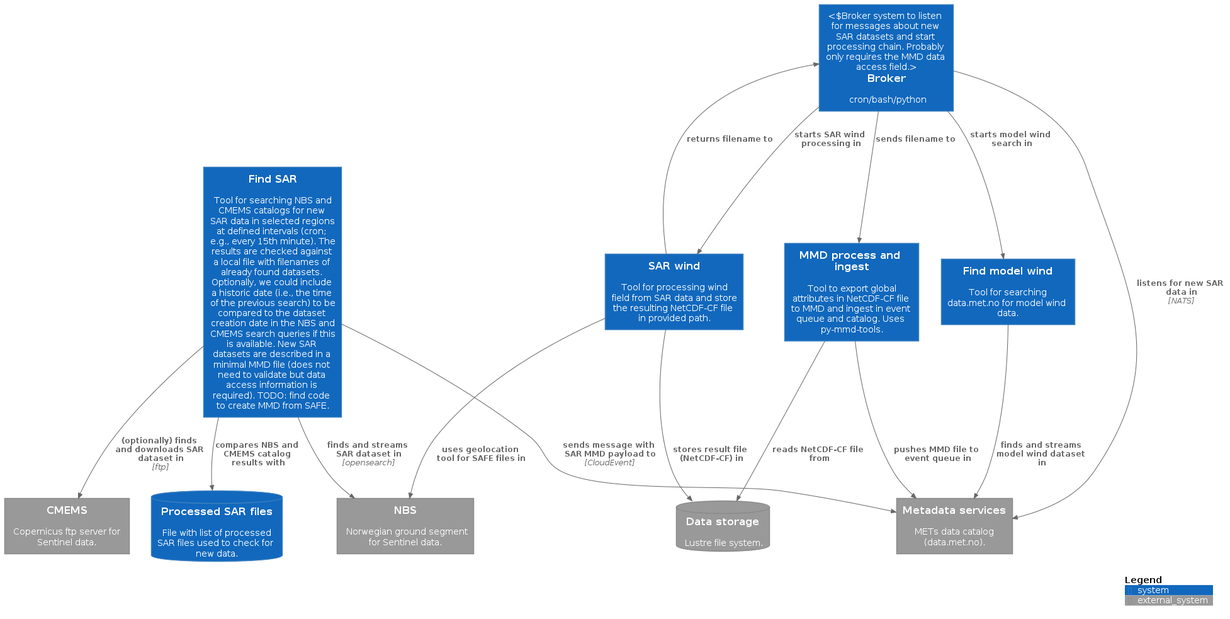
Before: puml/context-diagram.png, a diagram exported from PlantUML (metno/py-sar-wind).
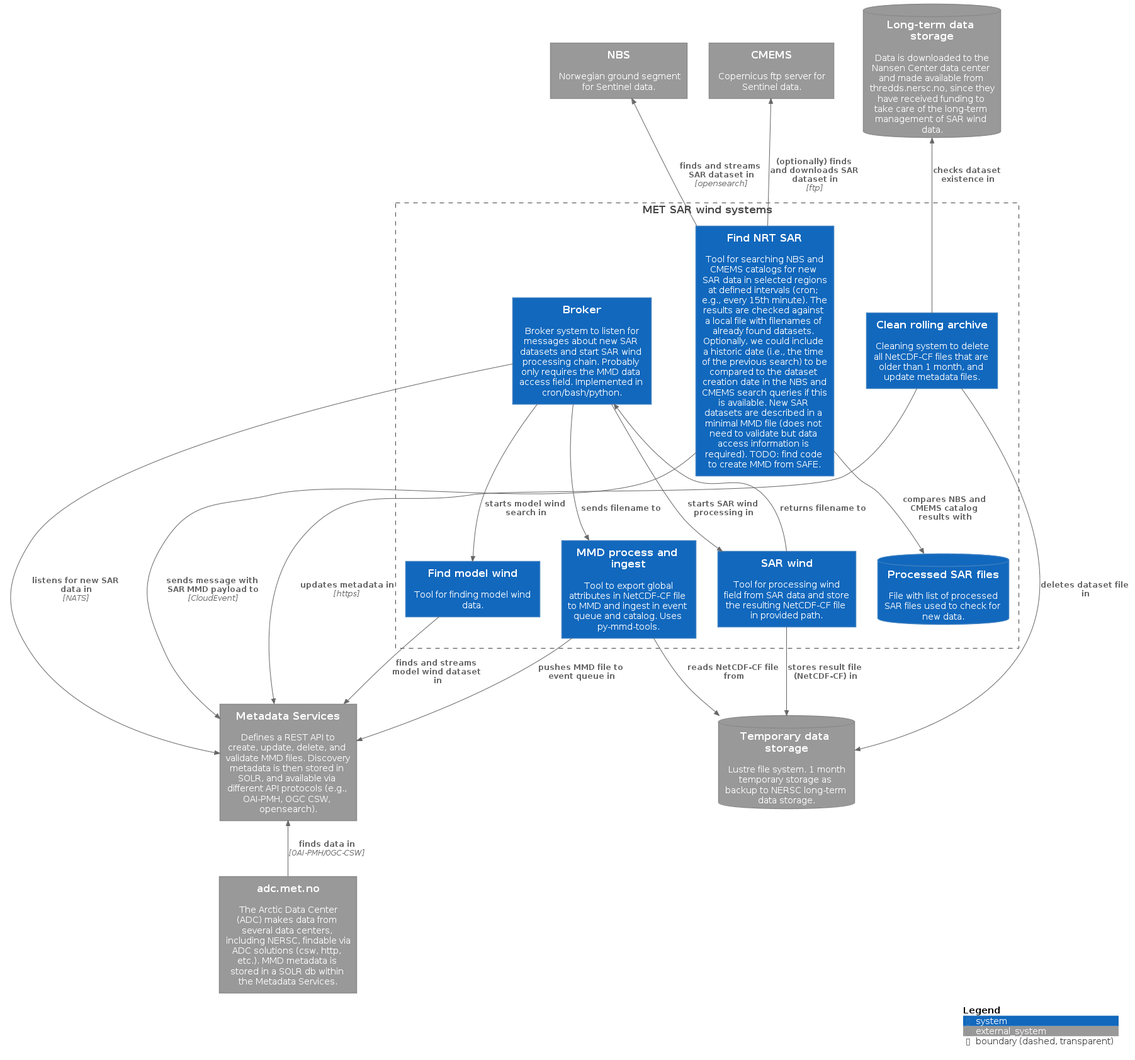
The same file after the commit.

Change to the diagram source:
```diff
@@ -3,20 +3,26 @@
 
 LAYOUT_TOP_DOWN()
 
+System_Ext(adc, "adc.met.no", "The Arctic Data Center (ADC) makes data from several data centers, including NERSC, findable via ADC solutions (csw, http, etc.). MMD metadata is stored in a SOLR db within the Metadata Services.")
+
 System_Ext(nbs, "NBS", "Norwegian ground segment for Sentinel data.")
 System_Ext(cmems, "CMEMS", "Copernicus ftp server for Sentinel data.")
-System_Ext(met, "Metadata services", "METs data catalog (data.met.no).")
-SystemDb_Ext(met_storage, "Data storage", "Lustre file system.")
+System_Ext(met, "Metadata Services", "Defines a REST API to create, update, delete, and validate MMD files. Discovery metadata is then stored in SOLR, and available via different API protocols (e.g., OAI-PMH, OGC CSW, opensearch).")
+SystemDb_Ext(nersc, "Long-term data storage", "Data is downloaded to the Nansen Center data center and made available from thredds.nersc.no, since they have received funding to take care of the long-term management of SAR wind data.")
+SystemDb_Ext(met_storage, "Temporary data storage", "Lustre file system. 1 month temporary storage as backup to NERSC long-term data storage.")
 
-System(broker, "Broker", "cron/bash/python", "Broker system to listen for messages about new SAR datasets and start processing chain. Probably only requires the MMD data access field.")
+Boundary(sarwindboundary, "MET SAR wind systems"){
+  System(cleanup, "Clean rolling archive", "Cleaning system to delete all NetCDF-CF files that are older than 1 month, and update metadata files.")
+  System(broker, "Broker", "Broker system to listen for messages about new SAR datasets and start SAR wind processing chain. Probably only requires the MMD data access field. Implemented in cron/bash/python.")
 
-System(findsar, "Find SAR", "Tool for searching NBS and CMEMS catalogs for new SAR data in selected regions at defined intervals (cron; e.g., every 15th minute). The results are checked against a local file with filenames of already found datasets. Optionally, we could include a historic date (i.e., the time of the previous search) to be compared to the dataset creation date in the NBS and CMEMS search queries if this is available. New SAR datasets are described in a minimal MMD file (does not need to validate but data access information is required). TODO: find code to create MMD from SAFE.")
+  System(findsar, "Find NRT SAR", "Tool for searching NBS and CMEMS catalogs for new SAR data in selected regions at defined intervals (cron; e.g., every 15th minute). The results are checked against a local file with filenames of already found datasets. Optionally, we could include a historic date (i.e., the time of the previous search) to be compared to the dataset creation date in the NBS and CMEMS search queries if this is available. New SAR datasets are described in a minimal MMD file (does not need to validate but data access information is required). TODO: find code to create MMD from SAFE.")
 
-SystemDb(processed_sar, "Processed SAR files", "File with list of processed SAR files used to check for new data.")
+  SystemDb(processed_sar, "Processed SAR files", "File with list of processed SAR files used to check for new data.")
 
-System(findmodel, "Find model wind", "Tool for searching data.met.no for model wind data.")
-System(sarwind, "SAR wind", "Tool for processing wind field from SAR data and store the resulting NetCDF-CF file in provided path.")
-System(nc2mmd, "MMD process and ingest", "Tool to export global attributes in NetCDF-CF file to MMD and ingest in event queue and catalog. Uses py-mmd-tools.")
+  System(findmodel, "Find model wind", "Tool for finding model wind data.")
+  System(sarwind, "SAR wind", "Tool for processing wind field from SAR data and store the resulting NetCDF-CF file in provided path.")
+  System(nc2mmd, "MMD process and ingest", "Tool to export global attributes in NetCDF-CF file to MMD and ingest in event queue and catalog. Uses py-mmd-tools.")
+}
 
 Rel(broker, met, "listens for new SAR data in", "NATS")
 
@@ -25,21 +31,25 @@
 Rel(broker, nc2mmd, "sends filename to")
 
 Rel(sarwind, broker, "returns filename to")
-Rel(sarwind, nbs, "uses geolocation tool for SAFE files in")
 
 Rel(sarwind, met_storage, "stores result file (NetCDF-CF) in")
 
 Rel(nc2mmd, met_storage, "reads NetCDF-CF file from")
 Rel(nc2mmd, met, "pushes MMD file to event queue in")
 
-Rel(findsar, nbs, "finds and streams SAR dataset in", "opensearch")
-Rel(findsar, cmems, "(optionally) finds and downloads SAR dataset in", "ftp")
+Rel_U(findsar, nbs, "finds and streams SAR dataset in", "opensearch")
+Rel_U(findsar, cmems, "(optionally) finds and downloads SAR dataset in", "ftp")
 Rel(findsar, met, "sends message with SAR MMD payload to", "CloudEvent")
 
 Rel(findsar, processed_sar, "compares NBS and CMEMS catalog results with")
 
 Rel(findmodel, met, "finds and streams model wind dataset in")
 
+Rel_U(cleanup, nersc, "checks dataset existence in")
+Rel(cleanup, met_storage, "deletes dataset file in")
+Rel(cleanup, met, "updates metadata in", "https")
+
+Rel_U(adc, met, "finds data in", "OAI-PMH/OGC-CSW")
 
 SHOW_LEGEND()
 
```
